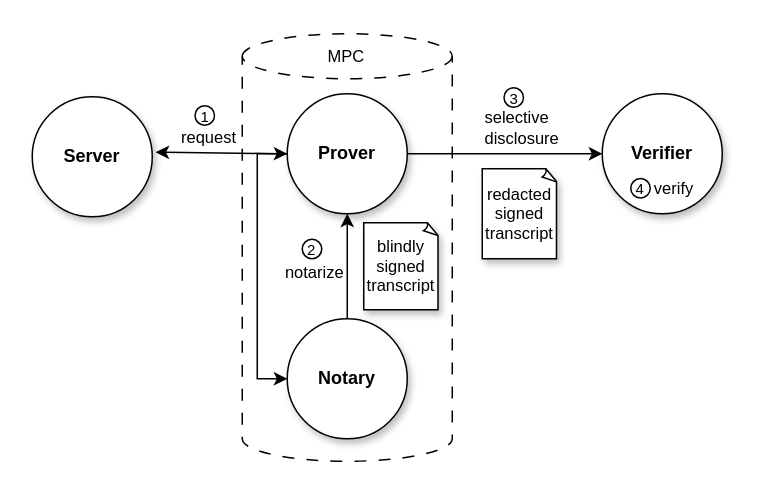
Above: page "Notaries" (2 of 4) of blogs/202309/diagrams.drawio in tlsnotary/docs-mdbook (draw.io), before the change. Source tidied: cells renumbered, new cells numbered last; positions are measured from the earlier drawing's top-left corner, leaving out a move shared by most shapes. Both pictures are drawn from the tidied source at 150%, with x=0, y=0 at pixel (32, 26).
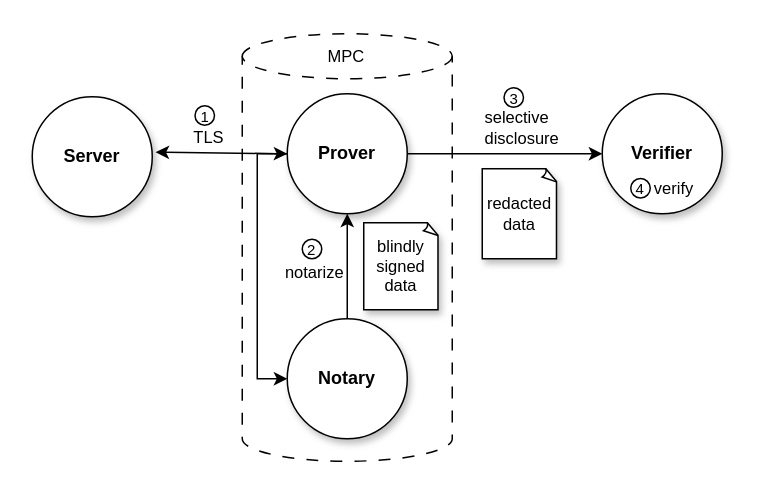
The same page after the edit.

The edit, as a diff of the source:
```diff
@@
-    <mxCell id="6" value="blindly&lt;br&gt;signed&lt;br style=&quot;font-size: 11px;&quot;&gt;transcript" style="whiteSpace=wrap;html=1;shape=mxgraph.basic.document;fontSize=11;shadow=1;" parent="1" vertex="1">
+    <mxCell id="6" value="blindly&lt;br&gt;signed&lt;br style=&quot;font-size: 11px;&quot;&gt;data" style="whiteSpace=wrap;html=1;shape=mxgraph.basic.document;fontSize=11;shadow=1;" parent="1" vertex="1">
       <mxGeometry x="221" y="131" width="50" height="58" as="geometry" />
     </mxCell>
@@
-    <mxCell id="9" value="request" style="whiteSpace=wrap;html=1;fillColor=none;strokeColor=none;fontSize=11;" parent="1" vertex="1">
+    <mxCell id="9" value="TLS" style="whiteSpace=wrap;html=1;fillColor=none;strokeColor=none;fontSize=11;" parent="1" vertex="1">
       <mxGeometry x="88" y="69" width="60" height="10" as="geometry" />
     </mxCell>
@@
-    <mxCell id="12" value="redacted signed&lt;br style=&quot;font-size: 11px;&quot;&gt;transcript" style="whiteSpace=wrap;html=1;shape=mxgraph.basic.document;fontSize=11;shadow=1;" parent="1" vertex="1">
+    <mxCell id="12" value="redacted&lt;br style=&quot;font-size: 11px;&quot;&gt;data" style="whiteSpace=wrap;html=1;shape=mxgraph.basic.document;fontSize=11;shadow=1;" parent="1" vertex="1">
       <mxGeometry x="300" y="95" width="50" height="60" as="geometry" />
     </mxCell>
```
